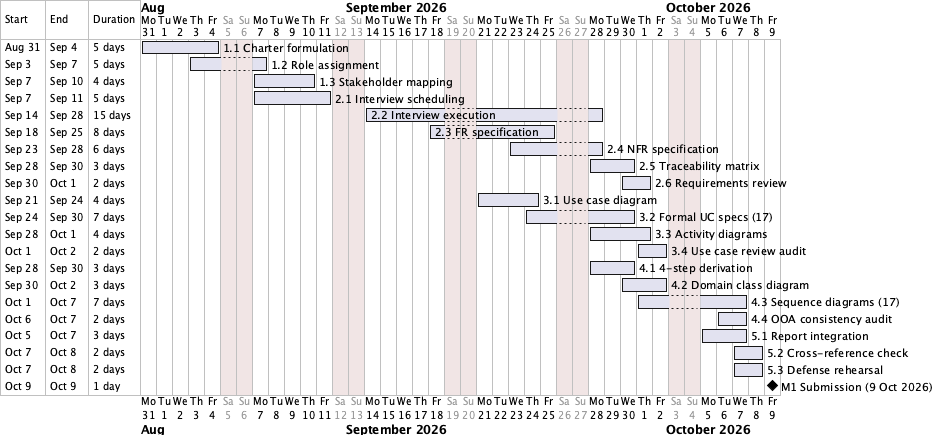
adoreblvnk/2001temp keeps this PlantUML diagram as report/assets/gantt.png. Above is the earlier version.
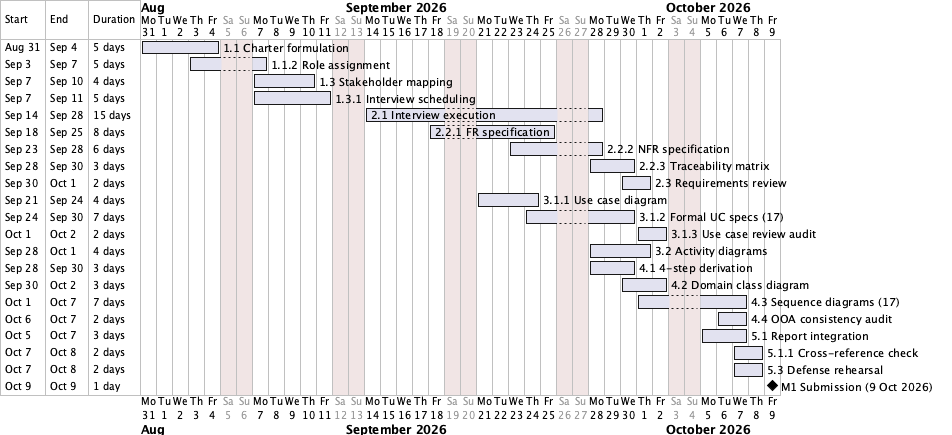
After the commit.

The edit, as a diff of the source:
```diff
@@ -4,20 +4,20 @@
 sunday are closed
 
 [1.1 Charter formulation] starts 2026-08-31 and requires 5 days
-[1.2 Role assignment] starts 2026-09-03 and requires 3 days
+[1.1.2 Role assignment] starts 2026-09-03 and requires 3 days
 [1.3 Stakeholder mapping] starts 2026-09-07 and requires 4 days
+[1.3.1 Interview scheduling] starts 2026-09-07 and requires 5 days
 
-[2.1 Interview scheduling] starts 2026-09-07 and requires 5 days
-[2.2 Interview execution] starts 2026-09-14 and requires 11 days
-[2.3 FR specification] starts 2026-09-18 and requires 6 days
-[2.4 NFR specification] starts 2026-09-23 and requires 4 days
-[2.5 Traceability matrix] starts 2026-09-28 and requires 3 days
-[2.6 Requirements review] starts 2026-09-30 and requires 2 days
+[2.1 Interview execution] starts 2026-09-14 and requires 11 days
+[2.2.1 FR specification] starts 2026-09-18 and requires 6 days
+[2.2.2 NFR specification] starts 2026-09-23 and requires 4 days
+[2.2.3 Traceability matrix] starts 2026-09-28 and requires 3 days
+[2.3 Requirements review] starts 2026-09-30 and requires 2 days
 
-[3.1 Use case diagram] starts 2026-09-21 and requires 4 days
-[3.2 Formal UC specs (17)] starts 2026-09-24 and requires 5 days
-[3.3 Activity diagrams] starts 2026-09-28 and requires 4 days
-[3.4 Use case review audit] starts 2026-10-01 and requires 2 days
+[3.1.1 Use case diagram] starts 2026-09-21 and requires 4 days
+[3.1.2 Formal UC specs (17)] starts 2026-09-24 and requires 5 days
+[3.1.3 Use case review audit] starts 2026-10-01 and requires 2 days
+[3.2 Activity diagrams] starts 2026-09-28 and requires 4 days
 
 [4.1 4-step derivation] starts 2026-09-28 and requires 3 days
 [4.2 Domain class diagram] starts 2026-09-30 and requires 3 days
@@ -25,7 +25,7 @@
 [4.4 OOA consistency audit] starts 2026-10-06 and requires 2 days
 
 [5.1 Report integration] starts 2026-10-05 and requires 3 days
-[5.2 Cross-reference check] starts 2026-10-07 and requires 2 days
+[5.1.1 Cross-reference check] starts 2026-10-07 and requires 2 days
 [5.3 Defense rehearsal] starts 2026-10-07 and requires 2 days
 
 [M1 Submission (9 Oct 2026)] happens at 2026-10-09
```
